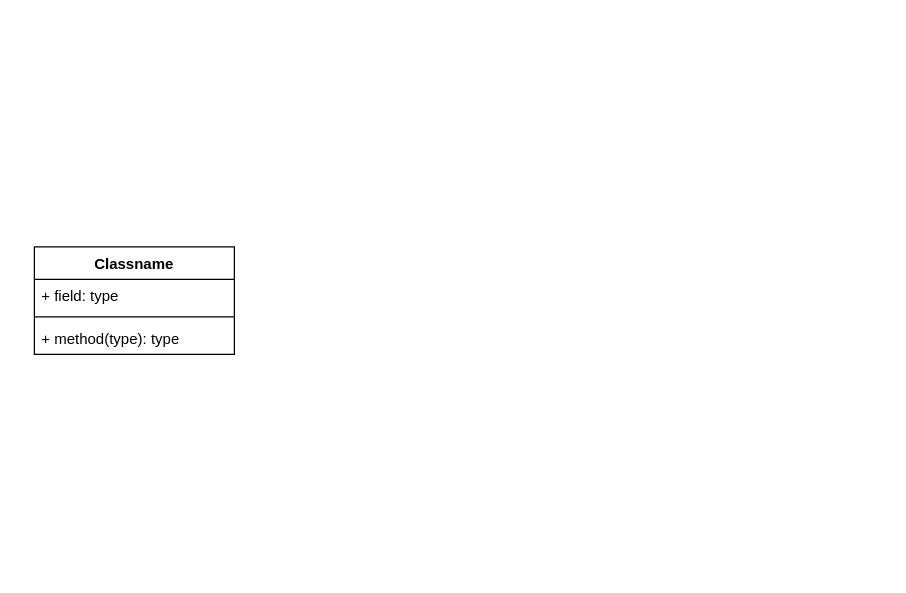
Earlier version of the draw.io diagram InfoLK.drawio (CookieCenter/draw). Source tidied: cells renumbered, new cells numbered last; positions are measured from the earlier drawing's top-left corner, leaving out a move shared by most shapes. Both pictures are drawn from the tidied source at 125%, with x=0, y=0 at pixel (34, 246).
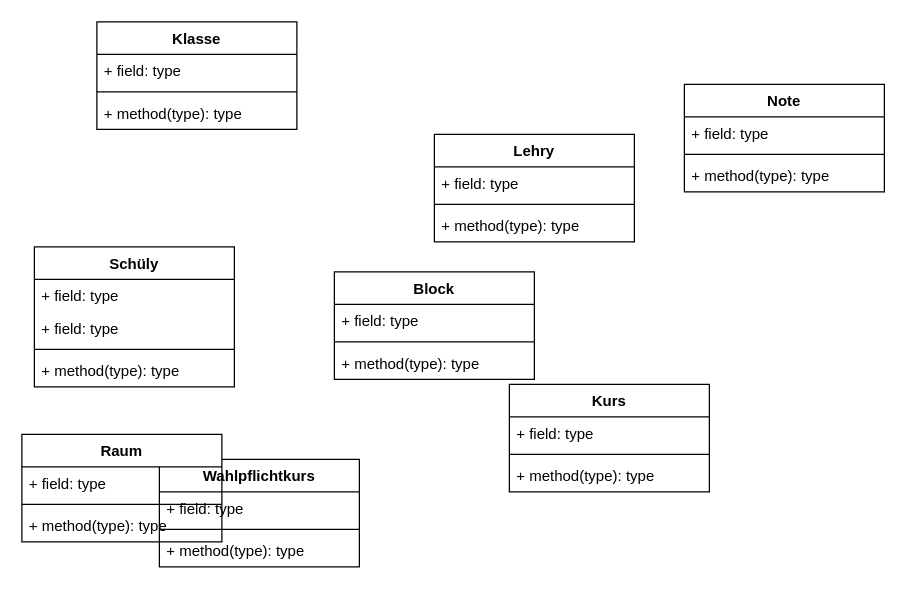
The same page after the edit.

Diff of the diagram source:
```diff
@@
-    <mxCell id="2" value="Classname" style="swimlane;fontStyle=1;align=center;verticalAlign=top;horizontal=1;startSize=26;whiteSpace=wrap;html=1;" parent="1" vertex="1">
-      <mxGeometry width="160" height="86" as="geometry" />
+    <mxCell id="2" value="Schüly" style="swimlane;fontStyle=1;align=center;verticalAlign=top;horizontal=1;startSize=26;whiteSpace=wrap;html=1;" parent="1" vertex="1">
+      <mxGeometry width="160" height="112" as="geometry" />
     </mxCell>
@@
+    <mxCell id="6" value="+ field: type" style="text;strokeColor=none;fillColor=none;align=left;verticalAlign=top;spacingLeft=4;spacingRight=4;overflow=hidden;whiteSpace=wrap;html=1;" parent="2" vertex="1">
+      <mxGeometry y="52" width="160" height="26" as="geometry" />
+    </mxCell>
     <mxCell id="4" style="line;strokeWidth=1;fillColor=none;align=left;verticalAlign=middle;spacingTop=-1;spacingLeft=3;spacingRight=3;labelPosition=right;strokeColor=inherit;" parent="2" vertex="1">
-      <mxGeometry y="52" width="160" height="8" as="geometry" />
+      <mxGeometry y="78" width="160" height="8" as="geometry" />
     </mxCell>
     <mxCell id="5" value="+ method(type): type" style="text;strokeColor=none;fillColor=none;align=left;verticalAlign=top;spacingLeft=4;spacingRight=4;overflow=hidden;whiteSpace=wrap;html=1;" parent="2" vertex="1">
-      <mxGeometry y="60" width="160" height="26" as="geometry" />
+      <mxGeometry y="86" width="160" height="26" as="geometry" />
     </mxCell>
+    <mxCell id="7" value="Lehry" style="swimlane;fontStyle=1;align=center;verticalAlign=top;horizontal=1;startSize=26;whiteSpace=wrap;html=1;" parent="1" vertex="1">
+      <mxGeometry x="320" y="-90" width="160" height="86" as="geometry" />
+    </mxCell>
+    <mxCell id="8" value="+ field: type" style="text;strokeColor=none;fillColor=none;align=left;verticalAlign=top;spacingLeft=4;spacingRight=4;overflow=hidden;whiteSpace=wrap;html=1;" parent="7" vertex="1">
+      <mxGeometry y="26" width="160" height="26" as="geometry" />
+    </mxCell>
+    <mxCell id="9" style="line;strokeWidth=1;fillColor=none;align=left;verticalAlign=middle;spacingTop=-1;spacingLeft=3;spacingRight=3;labelPosition=right;strokeColor=inherit;" parent="7" vertex="1">
+      <mxGeometry y="52" width="160" height="8" as="geometry" />
+    </mxCell>
+    <mxCell id="10" value="+ method(type): type" style="text;strokeColor=none;fillColor=none;align=left;verticalAlign=top;spacingLeft=4;spacingRight=4;overflow=hidden;whiteSpace=wrap;html=1;" parent="7" vertex="1">
+      <mxGeometry y="60" width="160" height="26" as="geometry" />
+    </mxCell>
+    <mxCell id="11" value="Kurs" style="swimlane;fontStyle=1;align=center;verticalAlign=top;horizontal=1;startSize=26;whiteSpace=wrap;html=1;" parent="1" vertex="1">
+      <mxGeometry x="380" y="110" width="160" height="86" as="geometry" />
+    </mxCell>
+    <mxCell id="12" value="+ field: type" style="text;strokeColor=none;fillColor=none;align=left;verticalAlign=top;spacingLeft=4;spacingRight=4;overflow=hidden;whiteSpace=wrap;html=1;" parent="11" vertex="1">
+      <mxGeometry y="26" width="160" height="26" as="geometry" />
+    </mxCell>
+    <mxCell id="13" style="line;strokeWidth=1;fillColor=none;align=left;verticalAlign=middle;spacingTop=-1;spacingLeft=3;spacingRight=3;labelPosition=right;strokeColor=inherit;" parent="11" vertex="1">
+      <mxGeometry y="52" width="160" height="8" as="geometry" />
+    </mxCell>
+    <mxCell id="14" value="+ method(type): type" style="text;strokeColor=none;fillColor=none;align=left;verticalAlign=top;spacingLeft=4;spacingRight=4;overflow=hidden;whiteSpace=wrap;html=1;" parent="11" vertex="1">
+      <mxGeometry y="60" width="160" height="26" as="geometry" />
+    </mxCell>
+    <mxCell id="15" value="Klasse" style="swimlane;fontStyle=1;align=center;verticalAlign=top;horizontal=1;startSize=26;whiteSpace=wrap;html=1;" parent="1" vertex="1">
+      <mxGeometry x="50" y="-180" width="160" height="86" as="geometry" />
+    </mxCell>
+    <mxCell id="16" value="+ field: type" style="text;strokeColor=none;fillColor=none;align=left;verticalAlign=top;spacingLeft=4;spacingRight=4;overflow=hidden;whiteSpace=wrap;html=1;" parent="15" vertex="1">
+      <mxGeometry y="26" width="160" height="26" as="geometry" />
+    </mxCell>
+    <mxCell id="17" style="line;strokeWidth=1;fillColor=none;align=left;verticalAlign=middle;spacingTop=-1;spacingLeft=3;spacingRight=3;labelPosition=right;strokeColor=inherit;" parent="15" vertex="1">
+      <mxGeometry y="52" width="160" height="8" as="geometry" />
+    </mxCell>
+    <mxCell id="18" value="+ method(type): type" style="text;strokeColor=none;fillColor=none;align=left;verticalAlign=top;spacingLeft=4;spacingRight=4;overflow=hidden;whiteSpace=wrap;html=1;" parent="15" vertex="1">
+      <mxGeometry y="60" width="160" height="26" as="geometry" />
+    </mxCell>
+    <mxCell id="19" value="Wahlpflichtkurs" style="swimlane;fontStyle=1;align=center;verticalAlign=top;horizontal=1;startSize=26;whiteSpace=wrap;html=1;" parent="1" vertex="1">
+      <mxGeometry x="100" y="170" width="160" height="86" as="geometry" />
+    </mxCell>
+    <mxCell id="20" value="+ field: type" style="text;strokeColor=none;fillColor=none;align=left;verticalAlign=top;spacingLeft=4;spacingRight=4;overflow=hidden;whiteSpace=wrap;html=1;" parent="19" vertex="1">
+      <mxGeometry y="26" width="160" height="26" as="geometry" />
+    </mxCell>
+    <mxCell id="21" style="line;strokeWidth=1;fillColor=none;align=left;verticalAlign=middle;spacingTop=-1;spacingLeft=3;spacingRight=3;labelPosition=right;strokeColor=inherit;" parent="19" vertex="1">
+      <mxGeometry y="52" width="160" height="8" as="geometry" />
+    </mxCell>
+    <mxCell id="22" value="+ method(type): type" style="text;strokeColor=none;fillColor=none;align=left;verticalAlign=top;spacingLeft=4;spacingRight=4;overflow=hidden;whiteSpace=wrap;html=1;" parent="19" vertex="1">
+      <mxGeometry y="60" width="160" height="26" as="geometry" />
+    </mxCell>
+    <mxCell id="23" value="Block" style="swimlane;fontStyle=1;align=center;verticalAlign=top;horizontal=1;startSize=26;whiteSpace=wrap;html=1;" parent="1" vertex="1">
+      <mxGeometry x="240" y="20" width="160" height="86" as="geometry" />
+    </mxCell>
+    <mxCell id="24" value="+ field: type" style="text;strokeColor=none;fillColor=none;align=left;verticalAlign=top;spacingLeft=4;spacingRight=4;overflow=hidden;whiteSpace=wrap;html=1;" parent="23" vertex="1">
+      <mxGeometry y="26" width="160" height="26" as="geometry" />
+    </mxCell>
+    <mxCell id="25" style="line;strokeWidth=1;fillColor=none;align=left;verticalAlign=middle;spacingTop=-1;spacingLeft=3;spacingRight=3;labelPosition=right;strokeColor=inherit;" parent="23" vertex="1">
+      <mxGeometry y="52" width="160" height="8" as="geometry" />
+    </mxCell>
+    <mxCell id="26" value="+ method(type): type" style="text;strokeColor=none;fillColor=none;align=left;verticalAlign=top;spacingLeft=4;spacingRight=4;overflow=hidden;whiteSpace=wrap;html=1;" parent="23" vertex="1">
+      <mxGeometry y="60" width="160" height="26" as="geometry" />
+    </mxCell>
+    <mxCell id="27" value="Raum" style="swimlane;fontStyle=1;align=center;verticalAlign=top;horizontal=1;startSize=26;whiteSpace=wrap;html=1;" parent="1" vertex="1">
+      <mxGeometry x="-10" y="150" width="160" height="86" as="geometry" />
+    </mxCell>
+    <mxCell id="28" value="+ field: type" style="text;strokeColor=none;fillColor=none;align=left;verticalAlign=top;spacingLeft=4;spacingRight=4;overflow=hidden;whiteSpace=wrap;html=1;" parent="27" vertex="1">
+      <mxGeometry y="26" width="160" height="26" as="geometry" />
+    </mxCell>
+    <mxCell id="29" style="line;strokeWidth=1;fillColor=none;align=left;verticalAlign=middle;spacingTop=-1;spacingLeft=3;spacingRight=3;labelPosition=right;strokeColor=inherit;" parent="27" vertex="1">
+      <mxGeometry y="52" width="160" height="8" as="geometry" />
+    </mxCell>
+    <mxCell id="30" value="+ method(type): type" style="text;strokeColor=none;fillColor=none;align=left;verticalAlign=top;spacingLeft=4;spacingRight=4;overflow=hidden;whiteSpace=wrap;html=1;" parent="27" vertex="1">
+      <mxGeometry y="60" width="160" height="26" as="geometry" />
+    </mxCell>
+    <mxCell id="31" value="Note" style="swimlane;fontStyle=1;align=center;verticalAlign=top;horizontal=1;startSize=26;whiteSpace=wrap;html=1;" parent="1" vertex="1">
+      <mxGeometry x="520" y="-130" width="160" height="86" as="geometry" />
+    </mxCell>
+    <mxCell id="32" value="+ field: type" style="text;strokeColor=none;fillColor=none;align=left;verticalAlign=top;spacingLeft=4;spacingRight=4;overflow=hidden;whiteSpace=wrap;html=1;" parent="31" vertex="1">
+      <mxGeometry y="26" width="160" height="26" as="geometry" />
+    </mxCell>
+    <mxCell id="33" style="line;strokeWidth=1;fillColor=none;align=left;verticalAlign=middle;spacingTop=-1;spacingLeft=3;spacingRight=3;labelPosition=right;strokeColor=inherit;" parent="31" vertex="1">
+      <mxGeometry y="52" width="160" height="8" as="geometry" />
+    </mxCell>
+    <mxCell id="34" value="+ method(type): type" style="text;strokeColor=none;fillColor=none;align=left;verticalAlign=top;spacingLeft=4;spacingRight=4;overflow=hidden;whiteSpace=wrap;html=1;" parent="31" vertex="1">
+      <mxGeometry y="60" width="160" height="26" as="geometry" />
+    </mxCell>
```
